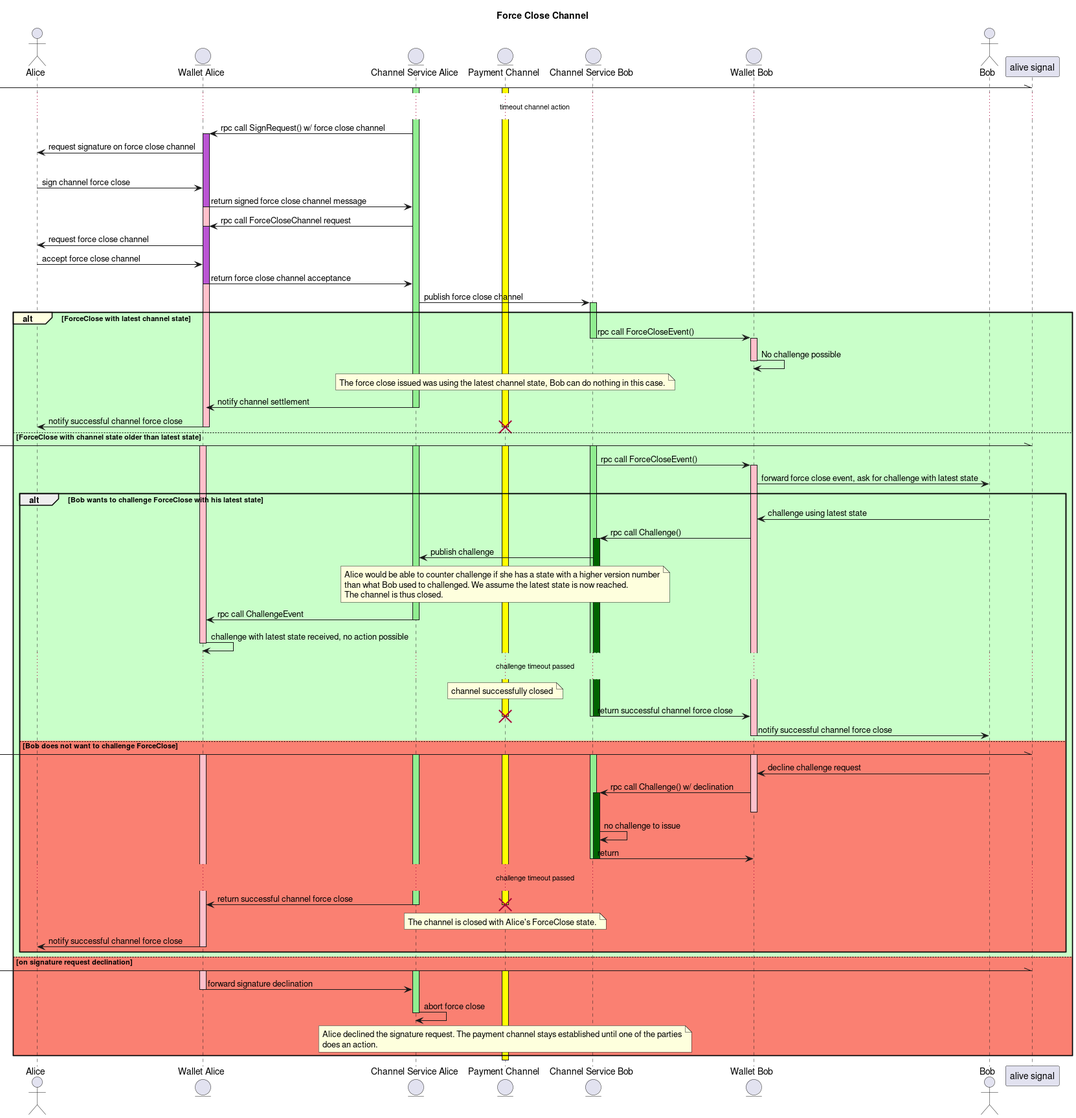
This is resources/sequence-force-close.png from perun-network/perun-wallet-spec, a PlantUML export, as it was before one commit.
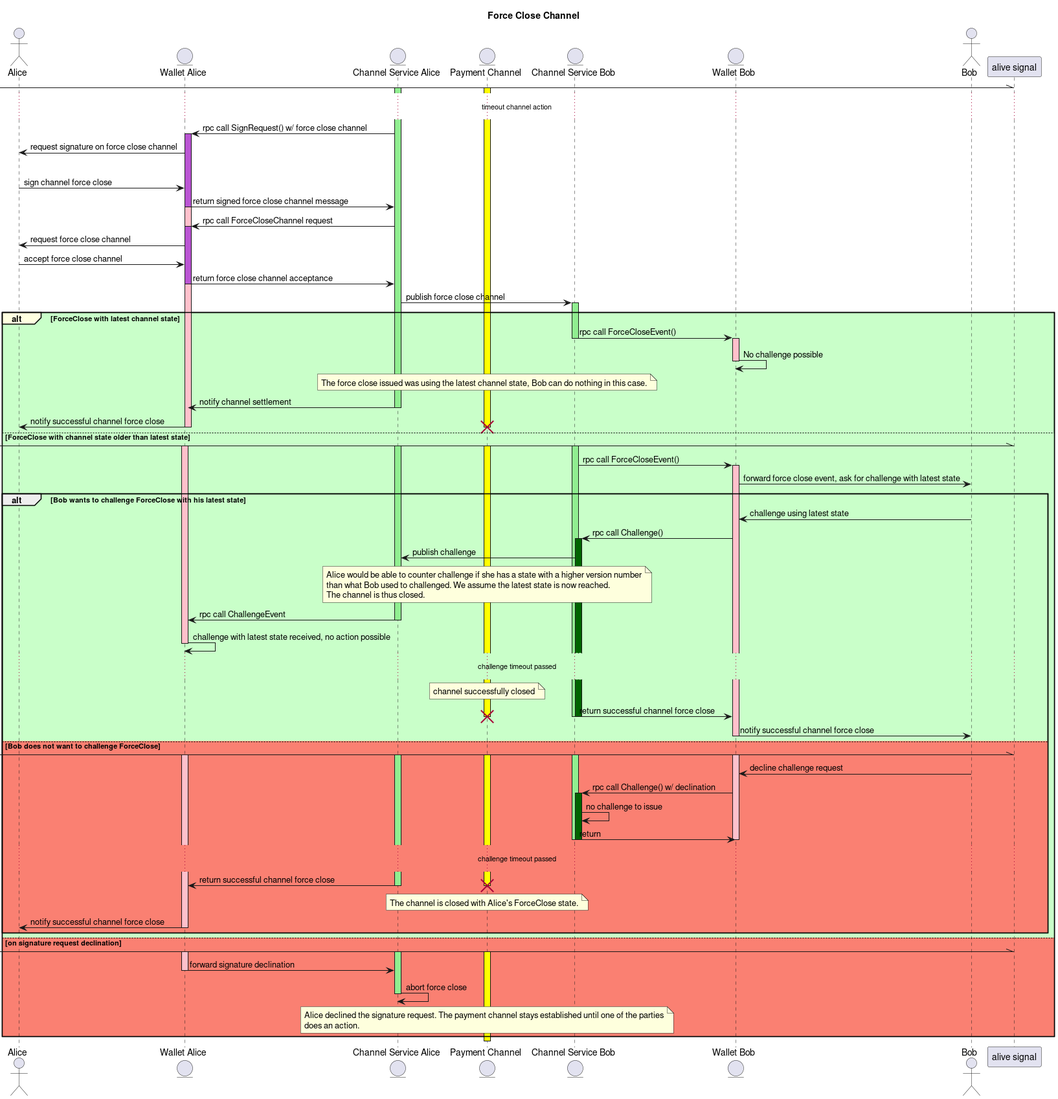
After the change.

Commit message:
sequence: Boyscout formatting

What changed in the source:
```diff
@@ -84,9 +84,9 @@
       B -> WB : decline challenge request
       WB -> CSB : rpc call Challenge() w/ declination
       activate CSB #darkgreen
-      deactivate WB
       CSB -> CSB : no challenge to issue
       CSB -> WB : return
+      deactivate WB
       deactivate CSB
       deactivate CSB
       ...challenge timeout passed...
```
